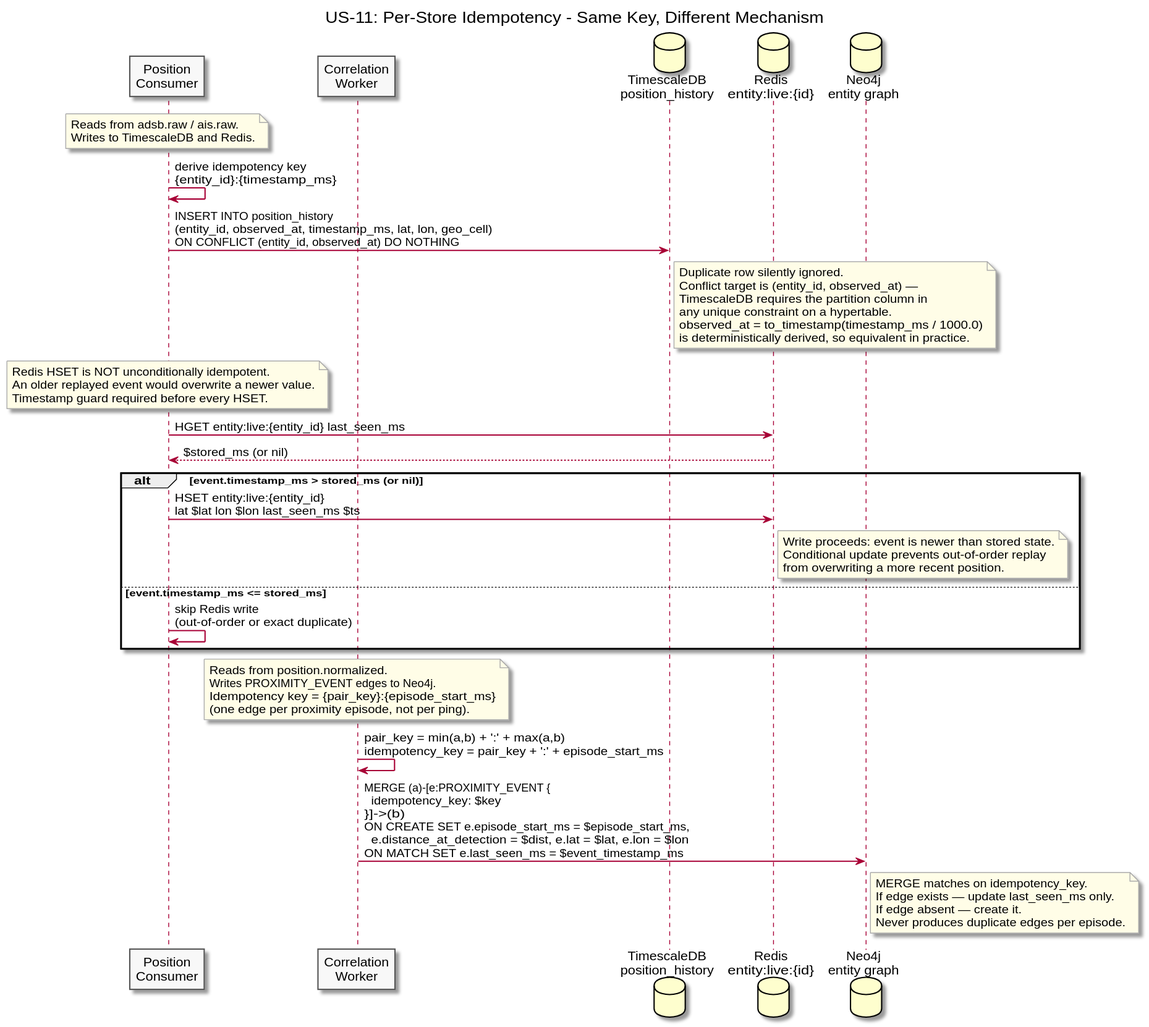
Buffden/sentinel keeps this PlantUML diagram as diagrams/docs/use-cases/US-11-idempotent-writes/per-store-idempotency.svg. Above is the earlier version.
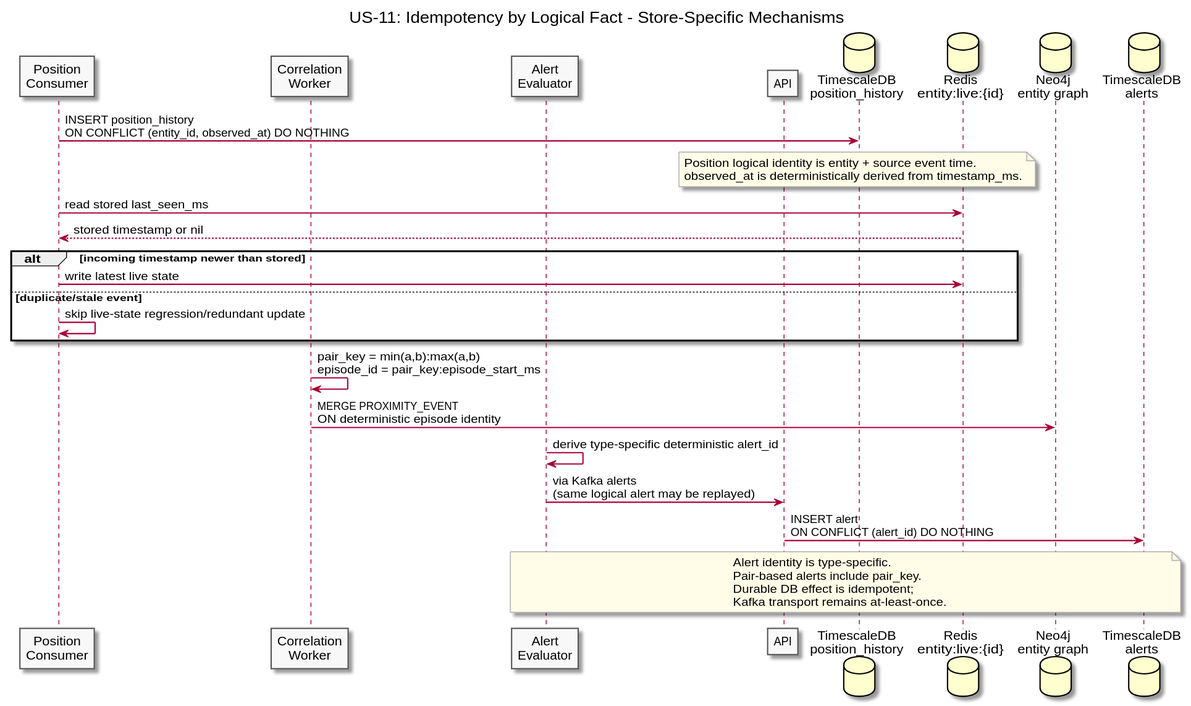
After the commit.

Diff of the diagram source:
```diff
@@ -1,5 +1,5 @@
 @startuml per-store-idempotency
-title US-11: Per-Store Idempotency - Same Key, Different Mechanism
+title US-11: Idempotency by Logical Fact - Store-Specific Mechanisms
 
 skinparam sequenceArrowThickness 1.5
 skinparam participantBorderColor #555555
@@ -9,64 +9,40 @@
 
 participant "Position\nConsumer" as PosConsumer
 participant "Correlation\nWorker" as CorrWorker
-database "TimescaleDB\nposition_history" as TSDB
+participant "Alert\nEvaluator" as Evaluator
+participant "API" as API
+database "TimescaleDB\nposition_history" as PositionDB
 database "Redis\nentity:live:{id}" as Redis
 database "Neo4j\nentity graph" as Neo4j
+database "TimescaleDB\nalerts" as AlertsDB
 
-note over PosConsumer
-  Reads from adsb.raw / ais.raw.
-  Writes to TimescaleDB and Redis.
+PosConsumer -> PositionDB : INSERT position_history\nON CONFLICT (entity_id, observed_at) DO NOTHING
+
+note over PositionDB
+  Position logical identity is entity + source event time.
+  observed_at is deterministically derived from timestamp_ms.
 end note
 
-PosConsumer -> PosConsumer : derive idempotency key\n{entity_id}:{timestamp_ms}
-
-PosConsumer -> TSDB : INSERT INTO position_history\n(entity_id, observed_at, timestamp_ms, lat, lon, geo_cell)\nON CONFLICT (entity_id, observed_at) DO NOTHING
-
-note right of TSDB
-  Duplicate row silently ignored.
-  Conflict target is (entity_id, observed_at) —
-  TimescaleDB requires the partition column in
-  any unique constraint on a hypertable.
-  observed_at = to_timestamp(timestamp_ms / 1000.0)
-  is deterministically derived, so equivalent in practice.
-end note
-
-note over PosConsumer
-  Redis HSET is NOT unconditionally idempotent.
-  An older replayed event would overwrite a newer value.
-  Timestamp guard required before every HSET.
-end note
-
-PosConsumer -> Redis : HGET entity:live:{entity_id} last_seen_ms
-Redis --> PosConsumer : $stored_ms (or nil)
-
-alt event.timestamp_ms > stored_ms (or nil)
-  PosConsumer -> Redis : HSET entity:live:{entity_id}\nlat $lat lon $lon last_seen_ms $ts
-  note right of Redis
-    Write proceeds: event is newer than stored state.
-    Conditional update prevents out-of-order replay
-    from overwriting a more recent position.
-  end note
-else event.timestamp_ms <= stored_ms
-  PosConsumer -> PosConsumer : skip Redis write\n(out-of-order or exact duplicate)
+PosConsumer -> Redis : read stored last_seen_ms
+Redis --> PosConsumer : stored timestamp or nil
+alt incoming timestamp newer than stored
+  PosConsumer -> Redis : write latest live state
+else duplicate/stale event
+  PosConsumer -> PosConsumer : skip live-state regression/redundant update
 end
 
-note over CorrWorker
-  Reads from position.normalized.
-  Writes PROXIMITY_EVENT edges to Neo4j.
-  Idempotency key = {pair_key}:{episode_start_ms}
-  (one edge per proximity episode, not per ping).
-end note
+CorrWorker -> CorrWorker : pair_key = min(a,b):max(a,b)\nepisode_id = pair_key:episode_start_ms
+CorrWorker -> Neo4j : MERGE PROXIMITY_EVENT\nON deterministic episode identity
 
-CorrWorker -> CorrWorker : pair_key = min(a,b) + ':' + max(a,b)\nidempotency_key = pair_key + ':' + episode_start_ms
+Evaluator -> Evaluator : derive type-specific deterministic alert_id
+Evaluator -> API : via Kafka alerts\n(same logical alert may be replayed)
+API -> AlertsDB : INSERT alert\nON CONFLICT (alert_id) DO NOTHING
 
-CorrWorker -> Neo4j : MERGE (a)-[e:PROXIMITY_EVENT {\n  idempotency_key: $key\n}]->(b)\nON CREATE SET e.episode_start_ms = $episode_start_ms,\n  e.distance_at_detection = $dist, e.lat = $lat, e.lon = $lon\nON MATCH SET e.last_seen_ms = $event_timestamp_ms
-
-note right of Neo4j
-  MERGE matches on idempotency_key.
-  If edge exists — update last_seen_ms only.
-  If edge absent — create it.
-  Never produces duplicate edges per episode.
+note over Evaluator, AlertsDB
+  Alert identity is type-specific.
+  Pair-based alerts include pair_key.
+  Durable DB effect is idempotent;
+  Kafka transport remains at-least-once.
 end note
 
 @enduml
```
